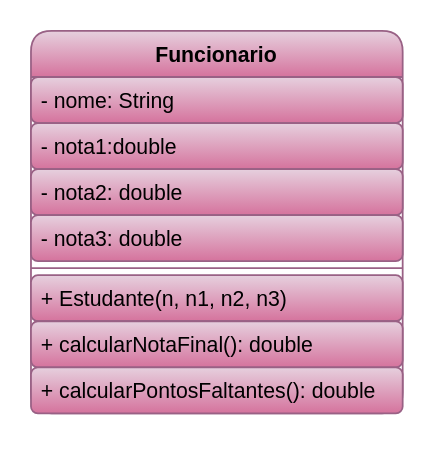
Before: FourthQuestionDiagram.drawio in Veron4M4zz4/lista-exercicios-02, a draw.io diagram. Source tidied: cells renumbered, new cells numbered last; positions are measured from the earlier drawing's top-left corner, leaving out a move shared by most shapes. Both pictures are drawn from the tidied source at 177%, with x=0, y=0 at pixel (30, 30).
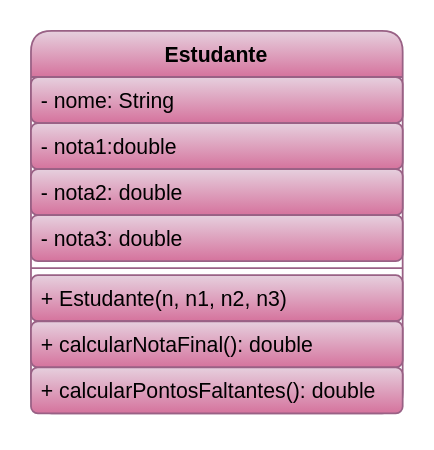
After the change.

Change to the diagram source:
```diff
@@
 <mxGraphModel>
   <root>
     <mxCell id="0" />
     <mxCell id="1" parent="0" />
-    <mxCell id="2" value="Funcionario" style="swimlane;fontStyle=1;align=center;verticalAlign=top;horizontal=1;startSize=26;whiteSpace=wrap;html=1;fillColor=#e6d0de;strokeColor=#996185;gradientColor=#d5739d;rounded=1;" parent="1" vertex="1">
+    <mxCell id="2" value="Estudante" style="swimlane;fontStyle=1;align=center;verticalAlign=top;horizontal=1;startSize=26;whiteSpace=wrap;html=1;fillColor=#e6d0de;strokeColor=#996185;gradientColor=#d5739d;rounded=1;" parent="1" vertex="1">
       <mxGeometry width="210" height="216" as="geometry" />
     </mxCell>
     <mxCell id="3" value="- nome: String" style="text;strokeColor=#996185;fillColor=#e6d0de;align=left;verticalAlign=top;spacingLeft=4;spacingRight=4;overflow=hidden;whiteSpace=wrap;html=1;gradientColor=#d5739d;rounded=1;" parent="2" vertex="1">
       <mxGeometry y="26" width="210" height="26" as="geometry" />
     </mxCell>
     <mxCell id="4" value="- nota1:double" style="text;strokeColor=#996185;fillColor=#e6d0de;align=left;verticalAlign=top;spacingLeft=4;spacingRight=4;overflow=hidden;whiteSpace=wrap;html=1;gradientColor=#d5739d;rounded=1;" parent="2" vertex="1">
       <mxGeometry y="52" width="210" height="26" as="geometry" />
     </mxCell>
     <mxCell id="5" value="- nota2: double" style="text;strokeColor=#996185;fillColor=#e6d0de;align=left;verticalAlign=top;spacingLeft=4;spacingRight=4;overflow=hidden;whiteSpace=wrap;html=1;gradientColor=#d5739d;rounded=1;" parent="2" vertex="1">
       <mxGeometry y="78" width="210" height="26" as="geometry" />
     </mxCell>
     <mxCell id="6" value="- nota3: double" style="text;strokeColor=#996185;fillColor=#e6d0de;align=left;verticalAlign=top;spacingLeft=4;spacingRight=4;overflow=hidden;whiteSpace=wrap;html=1;gradientColor=#d5739d;rounded=1;" parent="2" vertex="1">
       <mxGeometry y="104" width="210" height="26" as="geometry" />
     </mxCell>
     <mxCell id="7" style="line;strokeWidth=1;fillColor=#e6d0de;align=left;verticalAlign=middle;spacingTop=-1;spacingLeft=3;spacingRight=3;labelPosition=right;strokeColor=#996185;gradientColor=#d5739d;rounded=1;" parent="2" vertex="1">
       <mxGeometry y="130" width="210" height="8" as="geometry" />
     </mxCell>
     <mxCell id="8" value="+ Estudante(n, n1, n2, n3)" style="text;strokeColor=#996185;fillColor=#e6d0de;align=left;verticalAlign=top;spacingLeft=4;spacingRight=4;overflow=hidden;whiteSpace=wrap;html=1;gradientColor=#d5739d;rounded=1;" parent="2" vertex="1">
       <mxGeometry y="138" width="210" height="26" as="geometry" />
     </mxCell>
     <mxCell id="9" value="+ calcularNotaFinal(): double" style="text;strokeColor=#996185;fillColor=#e6d0de;align=left;verticalAlign=top;spacingLeft=4;spacingRight=4;overflow=hidden;whiteSpace=wrap;html=1;gradientColor=#d5739d;rounded=1;" parent="2" vertex="1">
       <mxGeometry y="164" width="210" height="26" as="geometry" />
     </mxCell>
     <mxCell id="10" value="+ calcularPontosFaltantes(): double" style="text;strokeColor=#996185;fillColor=#e6d0de;align=left;verticalAlign=top;spacingLeft=4;spacingRight=4;overflow=hidden;whiteSpace=wrap;html=1;gradientColor=#d5739d;rounded=1;" parent="2" vertex="1">
       <mxGeometry y="190" width="210" height="26" as="geometry" />
     </mxCell>
   </root>
 </mxGraphModel>
```
